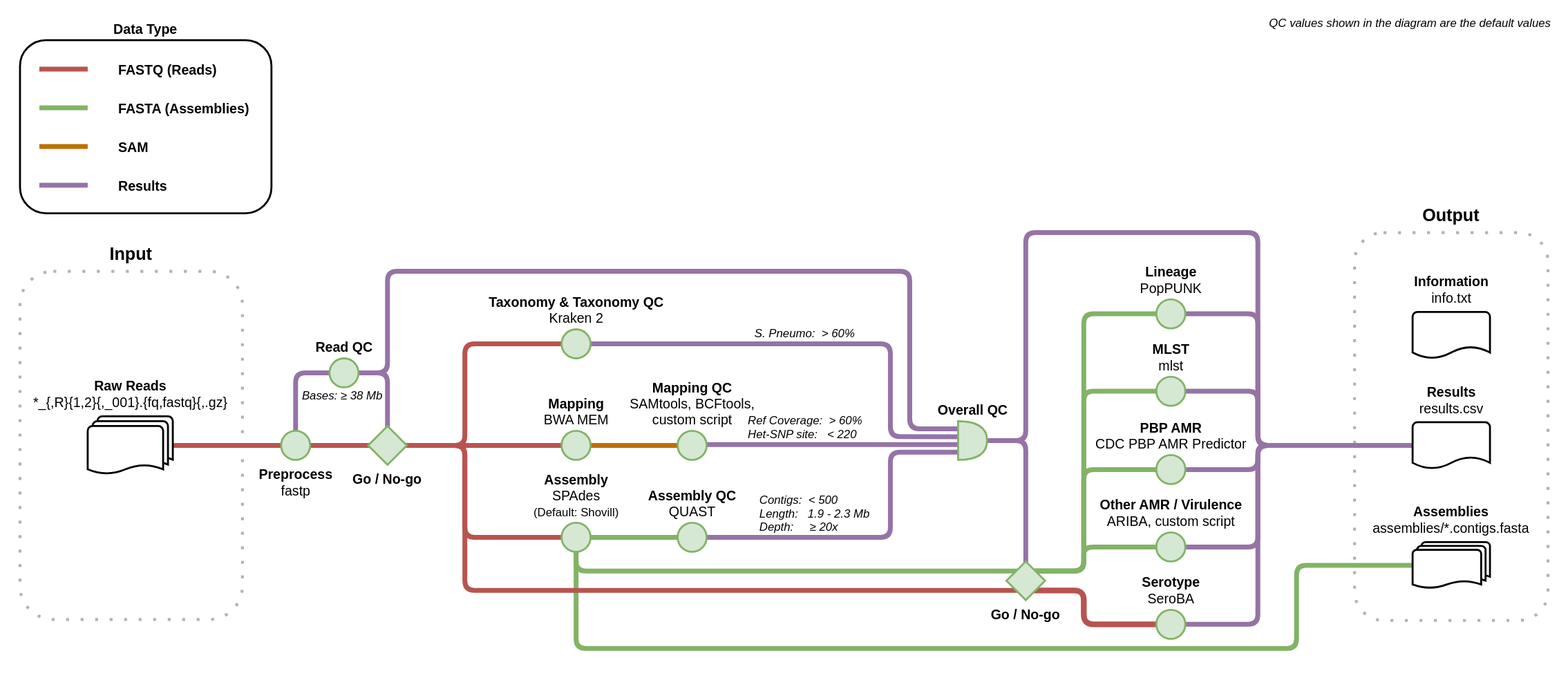
sanger-bentley-group/gps-pipeline keeps this draw.io diagram as doc/workflow.drawio.svg. Above is the earlier version. Source tidied: cells renumbered, new cells last; positions are measured from the earlier drawing's top-left corner, leaving out a move shared by most shapes.
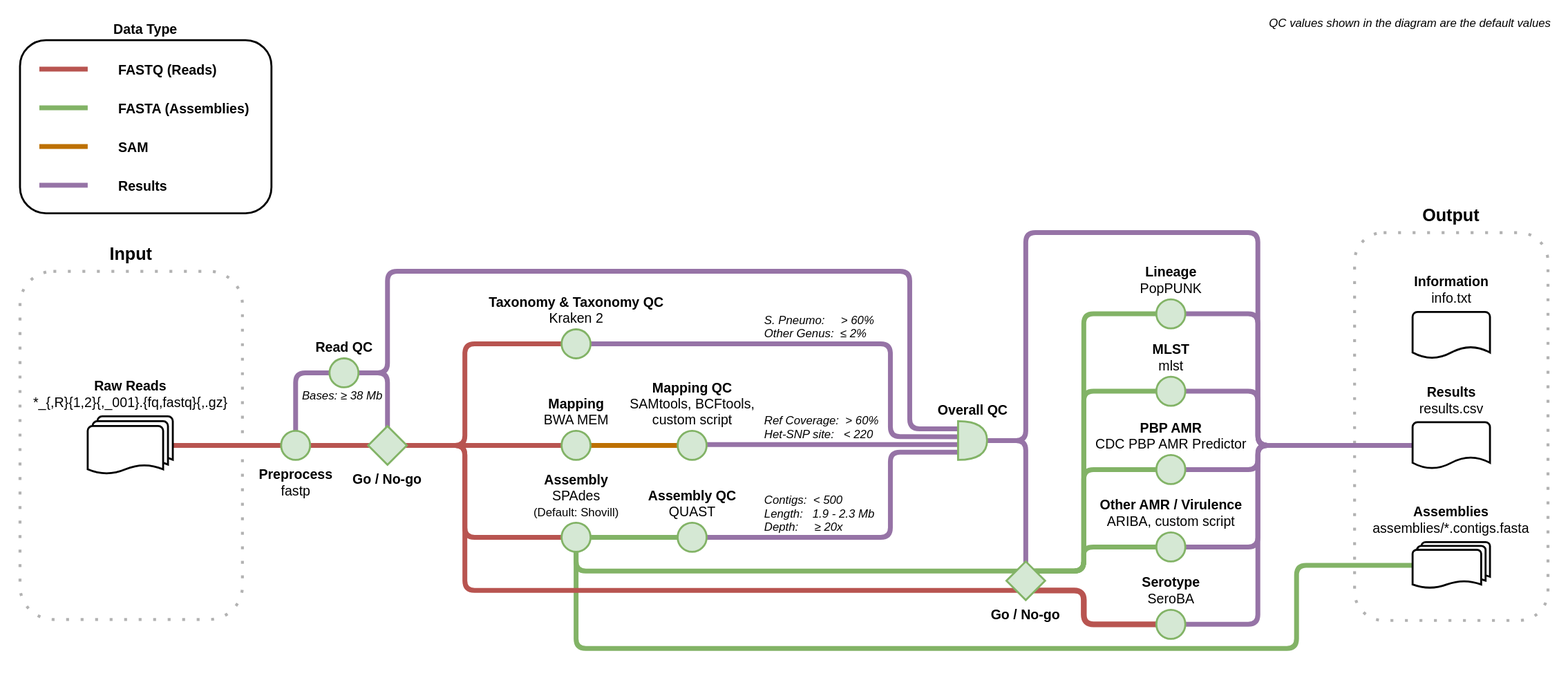
The same file after the commit.

Commit message:
Update based on Taxonomy QC changes

Diff of the diagram source:
```diff
@@ -65,9 +65,9 @@
         </Array>
       </mxGeometry>
     </mxCell>
-    <mxCell id="16" value="S. Pneumo:  &gt; 60%" style="edgeLabel;align=left;verticalAlign=top;labelBackgroundColor=none;rounded=1;fontSize=12;fontStyle=2;" parent="15" vertex="1">
+    <mxCell id="16" value="S. Pneumo:     &gt; 60%&#10;Other Genus:  ≤ 2%" style="edgeLabel;align=left;verticalAlign=top;labelBackgroundColor=none;rounded=1;fontSize=12;fontStyle=2;" parent="15" vertex="1">
       <mxGeometry x="-0.06" y="-2" relative="1" as="geometry">
-        <mxPoint x="-55" y="-26" as="offset" />
+        <mxPoint x="-45" y="-40" as="offset" />
       </mxGeometry>
     </mxCell>
     <mxCell id="17" style="edgeStyle=orthogonalEdgeStyle;rounded=1;jettySize=auto;html=1;entryX=-0.003;entryY=0.8;entryDx=0;entryDy=0;entryPerimeter=0;strokeWidth=5;startArrow=none;startFill=0;endArrow=none;endFill=0;startSize=20;fillColor=#e1d5e7;strokeColor=#9673a6;" parent="1" edge="1" source="36" target="48">
@@ -80,7 +80,7 @@
     </mxCell>
     <mxCell id="18" value="Contigs:  &lt; 500&#10;Length:   1.9 - 2.3 Mb&#10;Depth:     ≥ 20x" style="edgeLabel;align=left;verticalAlign=top;labelBackgroundColor=none;rounded=1;fontSize=12;fontStyle=2;" parent="17" vertex="1">
       <mxGeometry x="-0.15" y="-1" relative="1" as="geometry">
-        <mxPoint x="-95" y="-53" as="offset" />
+        <mxPoint x="-90" y="-53" as="offset" />
       </mxGeometry>
     </mxCell>
     <mxCell id="19" style="endArrow=none;html=1;rounded=1;strokeWidth=5;fillColor=#d5e8d4;strokeColor=#82b366;" parent="1" edge="1">
@@ -114,7 +114,7 @@
     </mxCell>
     <mxCell id="24" value="Ref Coverage:  &gt; 60%&#10;Het-SNP site:   &lt; 220" style="edgeLabel;align=left;verticalAlign=top;labelBackgroundColor=none;rounded=1;fontSize=12;fontStyle=2;" parent="23" vertex="1">
       <mxGeometry x="-0.18" y="-3" relative="1" as="geometry">
-        <mxPoint x="-57" y="-41" as="offset" />
+        <mxPoint x="-40" y="-41" as="offset" />
       </mxGeometry>
     </mxCell>
     <mxCell id="25" style="endArrow=none;html=1;rounded=1;strokeWidth=5;fillColor=#e1d5e7;strokeColor=#9673a6;" parent="1" edge="1">
```
